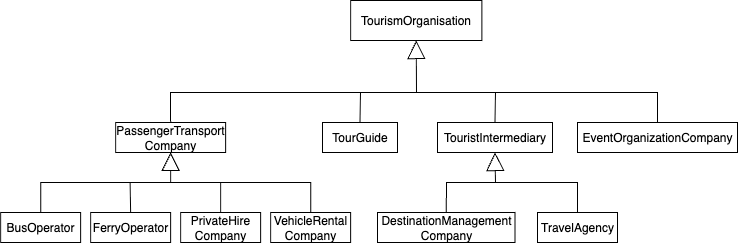
ocorcho/tests-widoco keeps this draw.io diagram as segittur/images/fig2-Organisation.png. Above is the earlier version. Source tidied: cells renumbered, new cells last; positions are measured from the earlier drawing's top-left corner, leaving out a move shared by most shapes. The source it was exported from:
```xml
<mxGraphModel>
  <root>
    <mxCell id="0" />
    <mxCell id="1" parent="0" />
    <mxCell id="2" value="TourismOrganisation" style="rounded=0;whiteSpace=wrap;html=1;snapToPoint=1;points=[[0.1,0],[0.2,0],[0.3,0],[0.4,0],[0.5,0],[0.6,0],[0.7,0],[0.8,0],[0.9,0],[0,0.1],[0,0.3],[0,0.5],[0,0.7],[0,0.9],[0.1,1],[0.2,1],[0.3,1],[0.4,1],[0.5,1],[0.6,1],[0.7,1],[0.8,1],[0.9,1],[1,0.1],[1,0.3],[1,0.5],[1,0.7],[1,0.9]];" parent="1" vertex="1">
      <mxGeometry x="350.1" width="131.2" height="40" as="geometry" />
    </mxCell>
    <mxCell id="3" style="edgeStyle=orthogonalEdgeStyle;rounded=0;jettySize=auto;html=1;exitX=0.5;exitY=0;exitDx=0;exitDy=0;endArrow=none;endFill=0;" parent="1" edge="1" source="4">
      <mxGeometry relative="1" as="geometry">
        <mxPoint x="495" y="92" as="targetPoint" />
      </mxGeometry>
    </mxCell>
    <mxCell id="4" value="TouristIntermediary" style="rounded=0;whiteSpace=wrap;html=1;snapToPoint=1;points=[[0.1,0],[0.2,0],[0.3,0],[0.4,0],[0.5,0],[0.6,0],[0.7,0],[0.8,0],[0.9,0],[0,0.1],[0,0.3],[0,0.5],[0,0.7],[0,0.9],[0.1,1],[0.2,1],[0.3,1],[0.4,1],[0.5,1],[0.6,1],[0.7,1],[0.8,1],[0.9,1],[1,0.1],[1,0.3],[1,0.5],[1,0.7],[1,0.9]];align=center;" parent="1" vertex="1">
      <mxGeometry x="437" y="122" width="115" height="30" as="geometry" />
    </mxCell>
    <mxCell id="5" value="PassengerTransport&lt;div&gt;Company&lt;/div&gt;" style="rounded=0;whiteSpace=wrap;html=1;snapToPoint=1;points=[[0.1,0],[0.2,0],[0.3,0],[0.4,0],[0.5,0],[0.6,0],[0.7,0],[0.8,0],[0.9,0],[0,0.1],[0,0.3],[0,0.5],[0,0.7],[0,0.9],[0.1,1],[0.2,1],[0.3,1],[0.4,1],[0.5,1],[0.6,1],[0.7,1],[0.8,1],[0.9,1],[1,0.1],[1,0.3],[1,0.5],[1,0.7],[1,0.9]];align=center;" parent="1" vertex="1">
      <mxGeometry x="115.1" y="122" width="110" height="30" as="geometry" />
    </mxCell>
    <mxCell id="6" style="endArrow=block;endSize=16;endFill=0;html=1;rounded=0;entryX=0.5;entryY=1;entryDx=0;entryDy=0;" parent="1" edge="1" target="2">
      <mxGeometry relative="1" as="geometry">
        <mxPoint x="416" y="92" as="sourcePoint" />
      </mxGeometry>
    </mxCell>
    <mxCell id="7" style="endArrow=none;html=1;rounded=0;exitX=0.5;exitY=0;exitDx=0;exitDy=0;entryX=0.5;entryY=0;entryDx=0;entryDy=0;" parent="1" edge="1" source="5" target="22">
      <mxGeometry relative="1" as="geometry">
        <Array as="points">
          <mxPoint x="170" y="92" />
          <mxPoint x="657" y="92" />
        </Array>
      </mxGeometry>
    </mxCell>
    <mxCell id="8" style="edgeStyle=orthogonalEdgeStyle;rounded=0;jettySize=auto;html=1;exitX=0.5;exitY=0;exitDx=0;exitDy=0;endArrow=none;endFill=0;" parent="1" edge="1" source="9">
      <mxGeometry relative="1" as="geometry">
        <mxPoint x="360" y="92" as="targetPoint" />
      </mxGeometry>
    </mxCell>
    <mxCell id="9" value="TourGuide" style="rounded=0;whiteSpace=wrap;html=1;snapToPoint=1;points=[[0.1,0],[0.2,0],[0.3,0],[0.4,0],[0.5,0],[0.6,0],[0.7,0],[0.8,0],[0.9,0],[0,0.1],[0,0.3],[0,0.5],[0,0.7],[0,0.9],[0.1,1],[0.2,1],[0.3,1],[0.4,1],[0.5,1],[0.6,1],[0.7,1],[0.8,1],[0.9,1],[1,0.1],[1,0.3],[1,0.5],[1,0.7],[1,0.9]];align=center;" parent="1" vertex="1">
      <mxGeometry x="322" y="122" width="75" height="30" as="geometry" />
    </mxCell>
    <mxCell id="10" value="FerryOperator" style="rounded=0;whiteSpace=wrap;html=1;" parent="1" vertex="1">
      <mxGeometry x="90.1" y="212" width="80" height="30" as="geometry" />
    </mxCell>
    <mxCell id="11" value="BusOperator" style="rounded=0;whiteSpace=wrap;html=1;snapToPoint=1;points=[[0.1,0],[0.2,0],[0.3,0],[0.4,0],[0.5,0],[0.6,0],[0.7,0],[0.8,0],[0.9,0],[0,0.1],[0,0.3],[0,0.5],[0,0.7],[0,0.9],[0.1,1],[0.2,1],[0.3,1],[0.4,1],[0.5,1],[0.6,1],[0.7,1],[0.8,1],[0.9,1],[1,0.1],[1,0.3],[1,0.5],[1,0.7],[1,0.9]];" parent="1" vertex="1">
      <mxGeometry x="0.1" y="212" width="80" height="30" as="geometry" />
    </mxCell>
    <mxCell id="12" style="edgeStyle=orthogonalEdgeStyle;rounded=0;orthogonalLoop=1;jettySize=auto;html=1;endArrow=none;endFill=0;" parent="1" edge="1">
      <mxGeometry relative="1" as="geometry">
        <mxPoint x="130.1" y="212" as="sourcePoint" />
        <mxPoint x="129.6" y="182" as="targetPoint" />
      </mxGeometry>
    </mxCell>
    <mxCell id="13" style="edgeStyle=orthogonalEdgeStyle;rounded=0;jettySize=auto;html=1;exitX=0.5;exitY=0;exitDx=0;exitDy=0;endArrow=none;endFill=0;" parent="1" edge="1" source="14">
      <mxGeometry relative="1" as="geometry">
        <mxPoint x="220.1" y="182" as="targetPoint" />
      </mxGeometry>
    </mxCell>
    <mxCell id="14" value="PrivateHire&lt;div&gt;Company&lt;/div&gt;" style="rounded=0;whiteSpace=wrap;html=1;snapToPoint=1;points=[[0.1,0],[0.2,0],[0.3,0],[0.4,0],[0.5,0],[0.6,0],[0.7,0],[0.8,0],[0.9,0],[0,0.1],[0,0.3],[0,0.5],[0,0.7],[0,0.9],[0.1,1],[0.2,1],[0.3,1],[0.4,1],[0.5,1],[0.6,1],[0.7,1],[0.8,1],[0.9,1],[1,0.1],[1,0.3],[1,0.5],[1,0.7],[1,0.9]];" parent="1" vertex="1">
      <mxGeometry x="180.1" y="212" width="80" height="30" as="geometry" />
    </mxCell>
    <mxCell id="15" value="VehicleRental&lt;div&gt;Company&lt;/div&gt;" style="rounded=0;whiteSpace=wrap;html=1;snapToPoint=1;points=[[0.1,0],[0.2,0],[0.3,0],[0.4,0],[0.5,0],[0.6,0],[0.7,0],[0.8,0],[0.9,0],[0,0.1],[0,0.3],[0,0.5],[0,0.7],[0,0.9],[0.1,1],[0.2,1],[0.3,1],[0.4,1],[0.5,1],[0.6,1],[0.7,1],[0.8,1],[0.9,1],[1,0.1],[1,0.3],[1,0.5],[1,0.7],[1,0.9]];" parent="1" vertex="1">
      <mxGeometry x="270.1" y="212" width="80" height="30" as="geometry" />
    </mxCell>
    <mxCell id="16" style="endArrow=block;endSize=16;endFill=0;html=1;rounded=0;entryX=0.5;entryY=1;entryDx=0;entryDy=0;" parent="1" edge="1" target="5">
      <mxGeometry relative="1" as="geometry">
        <mxPoint x="170.1" y="182" as="sourcePoint" />
      </mxGeometry>
    </mxCell>
    <mxCell id="17" style="endArrow=none;html=1;rounded=0;exitX=0.5;exitY=0;exitDx=0;exitDy=0;entryX=0.5;entryY=0;entryDx=0;entryDy=0;" parent="1" edge="1" source="11" target="15">
      <mxGeometry relative="1" as="geometry">
        <Array as="points">
          <mxPoint x="40.1" y="182" />
          <mxPoint x="310.1" y="182" />
        </Array>
      </mxGeometry>
    </mxCell>
    <mxCell id="18" value="DestinationManagement&lt;div&gt;Company&lt;/div&gt;" style="rounded=0;whiteSpace=wrap;html=1;snapToPoint=1;points=[[0.1,0],[0.2,0],[0.3,0],[0.4,0],[0.5,0],[0.6,0],[0.7,0],[0.8,0],[0.9,0],[0,0.1],[0,0.3],[0,0.5],[0,0.7],[0,0.9],[0.1,1],[0.2,1],[0.3,1],[0.4,1],[0.5,1],[0.6,1],[0.7,1],[0.8,1],[0.9,1],[1,0.1],[1,0.3],[1,0.5],[1,0.7],[1,0.9]];" parent="1" vertex="1">
      <mxGeometry x="377" y="212" width="137.5" height="30" as="geometry" />
    </mxCell>
    <mxCell id="19" value="TravelAgency" style="rounded=0;whiteSpace=wrap;html=1;snapToPoint=1;points=[[0.1,0],[0.2,0],[0.3,0],[0.4,0],[0.5,0],[0.6,0],[0.7,0],[0.8,0],[0.9,0],[0,0.1],[0,0.3],[0,0.5],[0,0.7],[0,0.9],[0.1,1],[0.2,1],[0.3,1],[0.4,1],[0.5,1],[0.6,1],[0.7,1],[0.8,1],[0.9,1],[1,0.1],[1,0.3],[1,0.5],[1,0.7],[1,0.9]];" parent="1" vertex="1">
      <mxGeometry x="537" y="212" width="80" height="30" as="geometry" />
    </mxCell>
    <mxCell id="20" style="endArrow=block;endSize=16;endFill=0;html=1;rounded=0;entryX=0.5;entryY=1;entryDx=0;entryDy=0;" parent="1" edge="1">
      <mxGeometry relative="1" as="geometry">
        <mxPoint x="495" y="182" as="sourcePoint" />
        <mxPoint x="494.5" y="152" as="targetPoint" />
      </mxGeometry>
    </mxCell>
    <mxCell id="21" style="endArrow=none;html=1;rounded=0;exitX=0.5;exitY=0;exitDx=0;exitDy=0;entryX=0.5;entryY=0;entryDx=0;entryDy=0;" parent="1" edge="1" source="18" target="19">
      <mxGeometry relative="1" as="geometry">
        <Array as="points">
          <mxPoint x="446" y="182" />
          <mxPoint x="577" y="182" />
        </Array>
      </mxGeometry>
    </mxCell>
    <mxCell id="22" value="EventOrganizationCompany" style="rounded=0;whiteSpace=wrap;html=1;snapToPoint=1;points=[[0.1,0],[0.2,0],[0.3,0],[0.4,0],[0.5,0],[0.6,0],[0.7,0],[0.8,0],[0.9,0],[0,0.1],[0,0.3],[0,0.5],[0,0.7],[0,0.9],[0.1,1],[0.2,1],[0.3,1],[0.4,1],[0.5,1],[0.6,1],[0.7,1],[0.8,1],[0.9,1],[1,0.1],[1,0.3],[1,0.5],[1,0.7],[1,0.9]];" parent="1" vertex="1">
      <mxGeometry x="577" y="122" width="160" height="30" as="geometry" />
    </mxCell>
  </root>
</mxGraphModel>
```
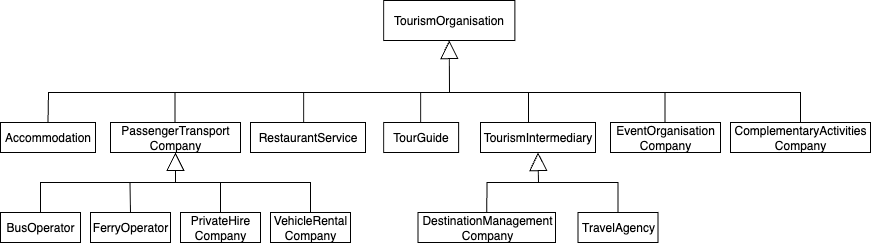
Above is the later version.

Diff of the diagram source:
```diff
@@ -10,91 +10,118 @@
         <mxPoint x="495" y="92" as="targetPoint" />
       </mxGeometry>
     </mxCell>
-    <mxCell id="4" value="TouristIntermediary" style="rounded=0;whiteSpace=wrap;html=1;snapToPoint=1;points=[[0.1,0],[0.2,0],[0.3,0],[0.4,0],[0.5,0],[0.6,0],[0.7,0],[0.8,0],[0.9,0],[0,0.1],[0,0.3],[0,0.5],[0,0.7],[0,0.9],[0.1,1],[0.2,1],[0.3,1],[0.4,1],[0.5,1],[0.6,1],[0.7,1],[0.8,1],[0.9,1],[1,0.1],[1,0.3],[1,0.5],[1,0.7],[1,0.9]];align=center;" parent="1" vertex="1">
-      <mxGeometry x="437" y="122" width="115" height="30" as="geometry" />
+    <mxCell id="4" value="TourismIntermediary" style="rounded=0;whiteSpace=wrap;html=1;snapToPoint=1;points=[[0.1,0],[0.2,0],[0.3,0],[0.4,0],[0.5,0],[0.6,0],[0.7,0],[0.8,0],[0.9,0],[0,0.1],[0,0.3],[0,0.5],[0,0.7],[0,0.9],[0.1,1],[0.2,1],[0.3,1],[0.4,1],[0.5,1],[0.6,1],[0.7,1],[0.8,1],[0.9,1],[1,0.1],[1,0.3],[1,0.5],[1,0.7],[1,0.9]];align=center;" parent="1" vertex="1">
+      <mxGeometry x="447" y="122" width="115" height="30" as="geometry" />
     </mxCell>
     <mxCell id="5" value="PassengerTransport&lt;div&gt;Company&lt;/div&gt;" style="rounded=0;whiteSpace=wrap;html=1;snapToPoint=1;points=[[0.1,0],[0.2,0],[0.3,0],[0.4,0],[0.5,0],[0.6,0],[0.7,0],[0.8,0],[0.9,0],[0,0.1],[0,0.3],[0,0.5],[0,0.7],[0,0.9],[0.1,1],[0.2,1],[0.3,1],[0.4,1],[0.5,1],[0.6,1],[0.7,1],[0.8,1],[0.9,1],[1,0.1],[1,0.3],[1,0.5],[1,0.7],[1,0.9]];align=center;" parent="1" vertex="1">
-      <mxGeometry x="115.1" y="122" width="110" height="30" as="geometry" />
+      <mxGeometry x="77" y="122" width="130" height="30" as="geometry" />
     </mxCell>
     <mxCell id="6" style="endArrow=block;endSize=16;endFill=0;html=1;rounded=0;entryX=0.5;entryY=1;entryDx=0;entryDy=0;" parent="1" edge="1" target="2">
       <mxGeometry relative="1" as="geometry">
         <mxPoint x="416" y="92" as="sourcePoint" />
       </mxGeometry>
     </mxCell>
-    <mxCell id="7" style="endArrow=none;html=1;rounded=0;exitX=0.5;exitY=0;exitDx=0;exitDy=0;entryX=0.5;entryY=0;entryDx=0;entryDy=0;" parent="1" edge="1" source="5" target="22">
+    <mxCell id="7" style="endArrow=none;html=1;rounded=0;exitX=0.5;exitY=0;exitDx=0;exitDy=0;entryX=0.5;entryY=0;entryDx=0;entryDy=0;" parent="1" edge="1" source="23" target="28">
       <mxGeometry relative="1" as="geometry">
         <Array as="points">
-          <mxPoint x="170" y="92" />
-          <mxPoint x="657" y="92" />
+          <mxPoint x="15" y="92" />
+          <mxPoint x="767" y="92" />
         </Array>
       </mxGeometry>
     </mxCell>
-    <mxCell id="8" style="edgeStyle=orthogonalEdgeStyle;rounded=0;jettySize=auto;html=1;exitX=0.5;exitY=0;exitDx=0;exitDy=0;endArrow=none;endFill=0;" parent="1" edge="1" source="9">
-      <mxGeometry relative="1" as="geometry">
-        <mxPoint x="360" y="92" as="targetPoint" />
-      </mxGeometry>
-    </mxCell>
     <mxCell id="9" value="TourGuide" style="rounded=0;whiteSpace=wrap;html=1;snapToPoint=1;points=[[0.1,0],[0.2,0],[0.3,0],[0.4,0],[0.5,0],[0.6,0],[0.7,0],[0.8,0],[0.9,0],[0,0.1],[0,0.3],[0,0.5],[0,0.7],[0,0.9],[0.1,1],[0.2,1],[0.3,1],[0.4,1],[0.5,1],[0.6,1],[0.7,1],[0.8,1],[0.9,1],[1,0.1],[1,0.3],[1,0.5],[1,0.7],[1,0.9]];align=center;" parent="1" vertex="1">
-      <mxGeometry x="322" y="122" width="75" height="30" as="geometry" />
+      <mxGeometry x="350.1" y="122" width="75" height="30" as="geometry" />
     </mxCell>
     <mxCell id="10" value="FerryOperator" style="rounded=0;whiteSpace=wrap;html=1;" parent="1" vertex="1">
-      <mxGeometry x="90.1" y="212" width="80" height="30" as="geometry" />
+      <mxGeometry x="57" y="212" width="80" height="30" as="geometry" />
     </mxCell>
     <mxCell id="11" value="BusOperator" style="rounded=0;whiteSpace=wrap;html=1;snapToPoint=1;points=[[0.1,0],[0.2,0],[0.3,0],[0.4,0],[0.5,0],[0.6,0],[0.7,0],[0.8,0],[0.9,0],[0,0.1],[0,0.3],[0,0.5],[0,0.7],[0,0.9],[0.1,1],[0.2,1],[0.3,1],[0.4,1],[0.5,1],[0.6,1],[0.7,1],[0.8,1],[0.9,1],[1,0.1],[1,0.3],[1,0.5],[1,0.7],[1,0.9]];" parent="1" vertex="1">
-      <mxGeometry x="0.1" y="212" width="80" height="30" as="geometry" />
+      <mxGeometry x="-33" y="212" width="80" height="30" as="geometry" />
     </mxCell>
     <mxCell id="12" style="edgeStyle=orthogonalEdgeStyle;rounded=0;orthogonalLoop=1;jettySize=auto;html=1;endArrow=none;endFill=0;" parent="1" edge="1">
       <mxGeometry relative="1" as="geometry">
-        <mxPoint x="130.1" y="212" as="sourcePoint" />
-        <mxPoint x="129.6" y="182" as="targetPoint" />
+        <mxPoint x="97" y="212" as="sourcePoint" />
+        <mxPoint x="96.5" y="182" as="targetPoint" />
       </mxGeometry>
     </mxCell>
     <mxCell id="13" style="edgeStyle=orthogonalEdgeStyle;rounded=0;jettySize=auto;html=1;exitX=0.5;exitY=0;exitDx=0;exitDy=0;endArrow=none;endFill=0;" parent="1" edge="1" source="14">
       <mxGeometry relative="1" as="geometry">
-        <mxPoint x="220.1" y="182" as="targetPoint" />
+        <mxPoint x="187" y="182" as="targetPoint" />
       </mxGeometry>
     </mxCell>
     <mxCell id="14" value="PrivateHire&lt;div&gt;Company&lt;/div&gt;" style="rounded=0;whiteSpace=wrap;html=1;snapToPoint=1;points=[[0.1,0],[0.2,0],[0.3,0],[0.4,0],[0.5,0],[0.6,0],[0.7,0],[0.8,0],[0.9,0],[0,0.1],[0,0.3],[0,0.5],[0,0.7],[0,0.9],[0.1,1],[0.2,1],[0.3,1],[0.4,1],[0.5,1],[0.6,1],[0.7,1],[0.8,1],[0.9,1],[1,0.1],[1,0.3],[1,0.5],[1,0.7],[1,0.9]];" parent="1" vertex="1">
-      <mxGeometry x="180.1" y="212" width="80" height="30" as="geometry" />
+      <mxGeometry x="147" y="212" width="80" height="30" as="geometry" />
     </mxCell>
     <mxCell id="15" value="VehicleRental&lt;div&gt;Company&lt;/div&gt;" style="rounded=0;whiteSpace=wrap;html=1;snapToPoint=1;points=[[0.1,0],[0.2,0],[0.3,0],[0.4,0],[0.5,0],[0.6,0],[0.7,0],[0.8,0],[0.9,0],[0,0.1],[0,0.3],[0,0.5],[0,0.7],[0,0.9],[0.1,1],[0.2,1],[0.3,1],[0.4,1],[0.5,1],[0.6,1],[0.7,1],[0.8,1],[0.9,1],[1,0.1],[1,0.3],[1,0.5],[1,0.7],[1,0.9]];" parent="1" vertex="1">
-      <mxGeometry x="270.1" y="212" width="80" height="30" as="geometry" />
+      <mxGeometry x="237" y="212" width="80" height="30" as="geometry" />
     </mxCell>
     <mxCell id="16" style="endArrow=block;endSize=16;endFill=0;html=1;rounded=0;entryX=0.5;entryY=1;entryDx=0;entryDy=0;" parent="1" edge="1" target="5">
       <mxGeometry relative="1" as="geometry">
-        <mxPoint x="170.1" y="182" as="sourcePoint" />
+        <mxPoint x="142" y="182" as="sourcePoint" />
       </mxGeometry>
     </mxCell>
     <mxCell id="17" style="endArrow=none;html=1;rounded=0;exitX=0.5;exitY=0;exitDx=0;exitDy=0;entryX=0.5;entryY=0;entryDx=0;entryDy=0;" parent="1" edge="1" source="11" target="15">
       <mxGeometry relative="1" as="geometry">
         <Array as="points">
-          <mxPoint x="40.1" y="182" />
-          <mxPoint x="310.1" y="182" />
+          <mxPoint x="7" y="182" />
+          <mxPoint x="277" y="182" />
         </Array>
       </mxGeometry>
     </mxCell>
     <mxCell id="18" value="DestinationManagement&lt;div&gt;Company&lt;/div&gt;" style="rounded=0;whiteSpace=wrap;html=1;snapToPoint=1;points=[[0.1,0],[0.2,0],[0.3,0],[0.4,0],[0.5,0],[0.6,0],[0.7,0],[0.8,0],[0.9,0],[0,0.1],[0,0.3],[0,0.5],[0,0.7],[0,0.9],[0.1,1],[0.2,1],[0.3,1],[0.4,1],[0.5,1],[0.6,1],[0.7,1],[0.8,1],[0.9,1],[1,0.1],[1,0.3],[1,0.5],[1,0.7],[1,0.9]];" parent="1" vertex="1">
-      <mxGeometry x="377" y="212" width="137.5" height="30" as="geometry" />
+      <mxGeometry x="384.5" y="212" width="137.5" height="30" as="geometry" />
     </mxCell>
     <mxCell id="19" value="TravelAgency" style="rounded=0;whiteSpace=wrap;html=1;snapToPoint=1;points=[[0.1,0],[0.2,0],[0.3,0],[0.4,0],[0.5,0],[0.6,0],[0.7,0],[0.8,0],[0.9,0],[0,0.1],[0,0.3],[0,0.5],[0,0.7],[0,0.9],[0.1,1],[0.2,1],[0.3,1],[0.4,1],[0.5,1],[0.6,1],[0.7,1],[0.8,1],[0.9,1],[1,0.1],[1,0.3],[1,0.5],[1,0.7],[1,0.9]];" parent="1" vertex="1">
-      <mxGeometry x="537" y="212" width="80" height="30" as="geometry" />
+      <mxGeometry x="544.5" y="212" width="80" height="30" as="geometry" />
     </mxCell>
-    <mxCell id="20" style="endArrow=block;endSize=16;endFill=0;html=1;rounded=0;entryX=0.5;entryY=1;entryDx=0;entryDy=0;" parent="1" edge="1">
+    <mxCell id="20" style="endArrow=block;endSize=16;endFill=0;html=1;rounded=0;entryX=0.5;entryY=1;entryDx=0;entryDy=0;" parent="1" edge="1" target="4">
       <mxGeometry relative="1" as="geometry">
-        <mxPoint x="495" y="182" as="sourcePoint" />
-        <mxPoint x="494.5" y="152" as="targetPoint" />
+        <mxPoint x="505" y="182" as="sourcePoint" />
       </mxGeometry>
     </mxCell>
     <mxCell id="21" style="endArrow=none;html=1;rounded=0;exitX=0.5;exitY=0;exitDx=0;exitDy=0;entryX=0.5;entryY=0;entryDx=0;entryDy=0;" parent="1" edge="1" source="18" target="19">
       <mxGeometry relative="1" as="geometry">
         <Array as="points">
-          <mxPoint x="446" y="182" />
-          <mxPoint x="577" y="182" />
+          <mxPoint x="453.5" y="182" />
+          <mxPoint x="584.5" y="182" />
         </Array>
       </mxGeometry>
     </mxCell>
-    <mxCell id="22" value="EventOrganizationCompany" style="rounded=0;whiteSpace=wrap;html=1;snapToPoint=1;points=[[0.1,0],[0.2,0],[0.3,0],[0.4,0],[0.5,0],[0.6,0],[0.7,0],[0.8,0],[0.9,0],[0,0.1],[0,0.3],[0,0.5],[0,0.7],[0,0.9],[0.1,1],[0.2,1],[0.3,1],[0.4,1],[0.5,1],[0.6,1],[0.7,1],[0.8,1],[0.9,1],[1,0.1],[1,0.3],[1,0.5],[1,0.7],[1,0.9]];" parent="1" vertex="1">
-      <mxGeometry x="577" y="122" width="160" height="30" as="geometry" />
+    <mxCell id="22" value="EventOrganisation&lt;br&gt;Company" style="rounded=0;whiteSpace=wrap;html=1;snapToPoint=1;points=[[0.1,0],[0.2,0],[0.3,0],[0.4,0],[0.5,0],[0.6,0],[0.7,0],[0.8,0],[0.9,0],[0,0.1],[0,0.3],[0,0.5],[0,0.7],[0,0.9],[0.1,1],[0.2,1],[0.3,1],[0.4,1],[0.5,1],[0.6,1],[0.7,1],[0.8,1],[0.9,1],[1,0.1],[1,0.3],[1,0.5],[1,0.7],[1,0.9]];" parent="1" vertex="1">
+      <mxGeometry x="577" y="122" width="110" height="30" as="geometry" />
     </mxCell>
+    <mxCell id="23" value="Accommodation" style="rounded=0;whiteSpace=wrap;html=1;snapToPoint=1;points=[[0.1,0],[0.2,0],[0.3,0],[0.4,0],[0.5,0],[0.6,0],[0.7,0],[0.8,0],[0.9,0],[0,0.1],[0,0.3],[0,0.5],[0,0.7],[0,0.9],[0.1,1],[0.2,1],[0.3,1],[0.4,1],[0.5,1],[0.6,1],[0.7,1],[0.8,1],[0.9,1],[1,0.1],[1,0.3],[1,0.5],[1,0.7],[1,0.9]];align=center;" parent="1" vertex="1">
+      <mxGeometry x="-33" y="122" width="95" height="30" as="geometry" />
+    </mxCell>
+    <mxCell id="24" value="RestaurantService" style="rounded=0;whiteSpace=wrap;html=1;align=center;" parent="1" vertex="1">
+      <mxGeometry x="217" y="122" width="115" height="30" as="geometry" />
+    </mxCell>
+    <mxCell id="25" style="edgeStyle=orthogonalEdgeStyle;rounded=0;orthogonalLoop=1;jettySize=auto;html=1;exitX=0.5;exitY=0;exitDx=0;exitDy=0;endArrow=none;endFill=0;" parent="1" edge="1">
+      <mxGeometry relative="1" as="geometry">
+        <mxPoint x="270.1" y="122" as="sourcePoint" />
+        <mxPoint x="270.1" y="92" as="targetPoint" />
+      </mxGeometry>
+    </mxCell>
+    <mxCell id="26" style="edgeStyle=orthogonalEdgeStyle;rounded=0;orthogonalLoop=1;jettySize=auto;html=1;exitX=0.5;exitY=0;exitDx=0;exitDy=0;endArrow=none;endFill=0;" parent="1" edge="1">
+      <mxGeometry relative="1" as="geometry">
+        <mxPoint x="141.5" y="122" as="sourcePoint" />
+        <mxPoint x="141.5" y="92" as="targetPoint" />
+      </mxGeometry>
+    </mxCell>
+    <mxCell id="27" style="edgeStyle=orthogonalEdgeStyle;rounded=0;orthogonalLoop=1;jettySize=auto;html=1;exitX=0.5;exitY=0;exitDx=0;exitDy=0;endArrow=none;endFill=0;" parent="1" edge="1">
+      <mxGeometry relative="1" as="geometry">
+        <mxPoint x="387.1" y="122" as="sourcePoint" />
+        <mxPoint x="387.1" y="92" as="targetPoint" />
+      </mxGeometry>
+    </mxCell>
+    <mxCell id="28" value="ComplementaryActivities&lt;br&gt;Company" style="rounded=0;whiteSpace=wrap;html=1;snapToPoint=1;points=[[0.1,0],[0.2,0],[0.3,0],[0.4,0],[0.5,0],[0.6,0],[0.7,0],[0.8,0],[0.9,0],[0,0.1],[0,0.3],[0,0.5],[0,0.7],[0,0.9],[0.1,1],[0.2,1],[0.3,1],[0.4,1],[0.5,1],[0.6,1],[0.7,1],[0.8,1],[0.9,1],[1,0.1],[1,0.3],[1,0.5],[1,0.7],[1,0.9]];" parent="1" vertex="1">
+      <mxGeometry x="697" y="122" width="140" height="30" as="geometry" />
+    </mxCell>
+    <mxCell id="29" style="edgeStyle=orthogonalEdgeStyle;rounded=0;orthogonalLoop=1;jettySize=auto;html=1;exitX=0.5;exitY=0;exitDx=0;exitDy=0;endArrow=none;endFill=0;" parent="1" edge="1">
+      <mxGeometry relative="1" as="geometry">
+        <mxPoint x="631.5" y="122" as="sourcePoint" />
+        <mxPoint x="631.5" y="92" as="targetPoint" />
+      </mxGeometry>
+    </mxCell>
   </root>
 </mxGraphModel>
```
